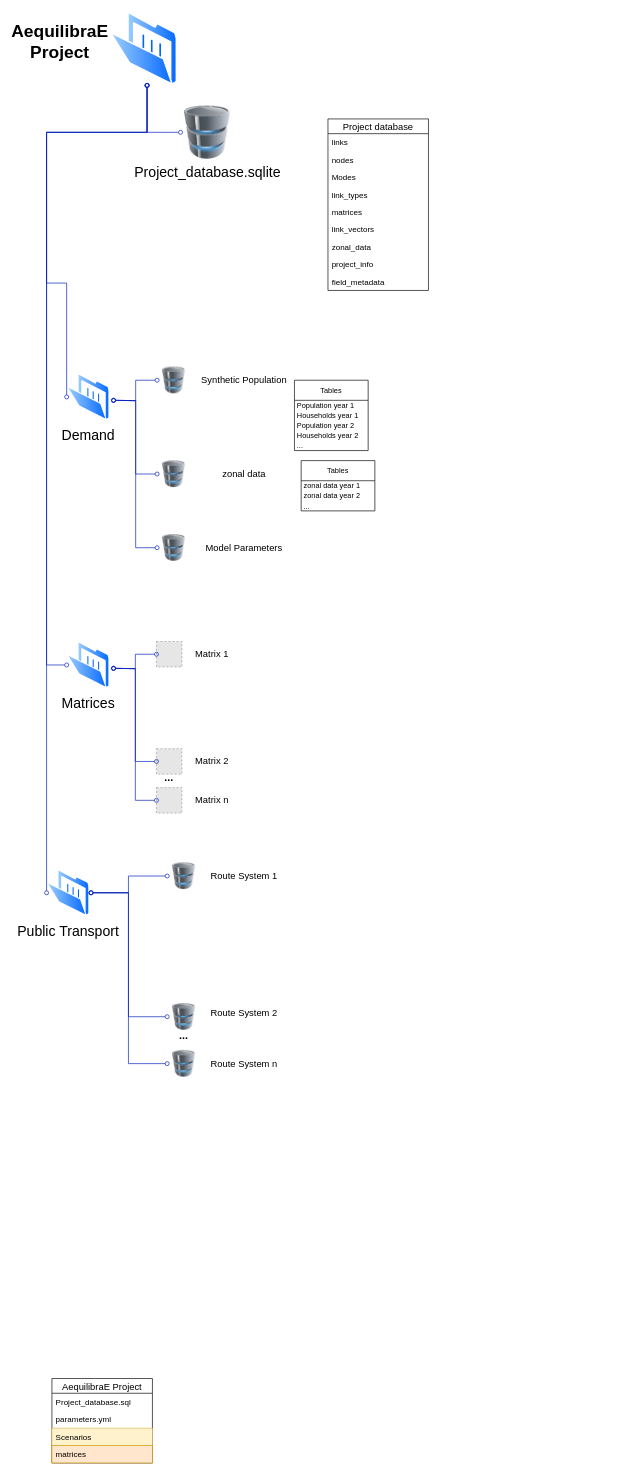
Earlier version of the draw.io diagram docs/source/project_structure.drawio (AequilibraE/aequilibrae). Source tidied: cells renumbered, new cells numbered last; positions are measured from the earlier drawing's top-left corner, leaving out a move shared by most shapes. Both pictures are drawn from the tidied source at 67%, with x=0, y=0 at pixel (40, 11). Pictures stored in the file or linked from it are replaced by grey dashed boxes.
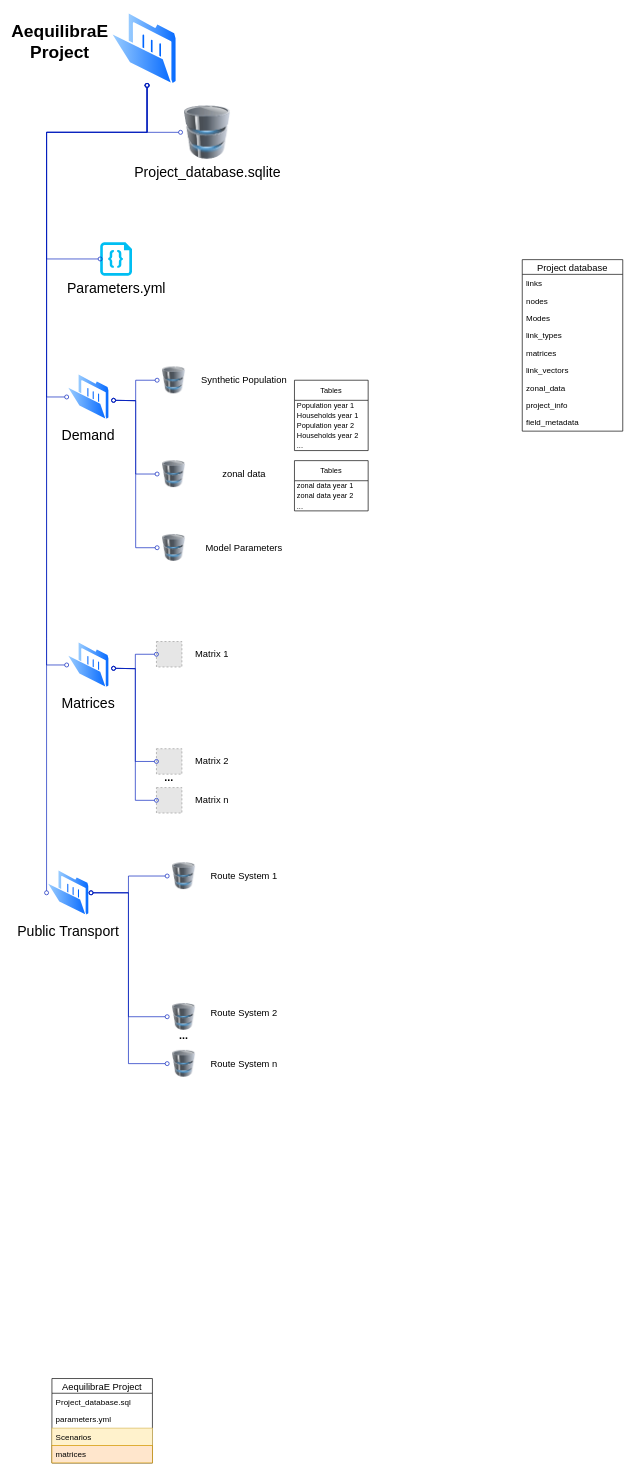
The same page after the edit.

Unchanged cells that the change refers to:
```xml
<mxCell id="29" value="Demand" style="perimeter=ellipsePerimeter;html=1;align=center;shadow=0;dashed=0;spacingTop=3;image;image=img/lib/active_directory/folder_open.svg;fontSize=21;" parent="1" vertex="1">
  <mxGeometry x="40" y="540" width="64.4" height="70" as="geometry" />
</mxCell>
```

Change to the diagram source:
```diff
@@
     <mxCell id="30" style="edgeStyle=orthogonalEdgeStyle;rounded=0;jettySize=auto;html=1;entryX=0;entryY=0.5;entryDx=0;entryDy=0;endArrow=oval;endFill=0;startArrow=oval;startFill=0;endSize=6;targetPerimeterSpacing=6;sourcePerimeterSpacing=2;startSize=6;fillColor=#0050ef;strokeColor=#001DBC;" parent="1" edge="1" target="29">
       <mxGeometry relative="1" as="geometry">
         <mxPoint x="160" y="110" as="sourcePoint" />
         <Array as="points">
           <mxPoint x="160" y="180" />
           <mxPoint x="10" y="180" />
-          <mxPoint x="10" y="405" />
+          <mxPoint x="10" y="575" />
         </Array>
       </mxGeometry>
     </mxCell>
@@
     <mxCell id="47" value="Tables" style="swimlane;fontStyle=0;horizontal=1;startSize=30;fontSize=11;spacing=1;" parent="1" vertex="1">
-      <mxGeometry x="390" y="670" width="110" height="75" as="geometry" />
+      <mxGeometry x="380" y="670" width="110" height="75" as="geometry" />
     </mxCell>
@@
     <mxCell id="56" value="Project database" style="swimlane;fontStyle=0;horizontal=1;startSize=22;align=center;fontSize=14;" parent="1" vertex="1">
-      <mxGeometry x="430" y="160" width="150" height="256" as="geometry" />
+      <mxGeometry x="720" y="370" width="150" height="256" as="geometry" />
     </mxCell>
@@
+    <mxCell id="66" value="Parameters.yml" style="verticalLabelPosition=bottom;html=1;verticalAlign=top;align=center;strokeColor=none;fillColor=#00BEF2;shape=mxgraph.azure.code_file;fontSize=21;" parent="1" vertex="1">
+      <mxGeometry x="90" y="344" width="47.5" height="50" as="geometry" />
+    </mxCell>
+    <mxCell id="67" style="edgeStyle=orthogonalEdgeStyle;rounded=0;jettySize=auto;html=1;entryX=0;entryY=0.5;entryDx=0;entryDy=0;endArrow=oval;endFill=0;startArrow=oval;startFill=0;endSize=6;targetPerimeterSpacing=6;sourcePerimeterSpacing=2;startSize=6;fillColor=#0050ef;strokeColor=#001DBC;entryPerimeter=0;" parent="1" edge="1" target="66">
+      <mxGeometry relative="1" as="geometry">
+        <mxPoint x="160" y="110" as="sourcePoint" />
+        <Array as="points">
+          <mxPoint x="160" y="180" />
+          <mxPoint x="10" y="180" />
+          <mxPoint x="10" y="369" />
+        </Array>
+      </mxGeometry>
+    </mxCell>
```
